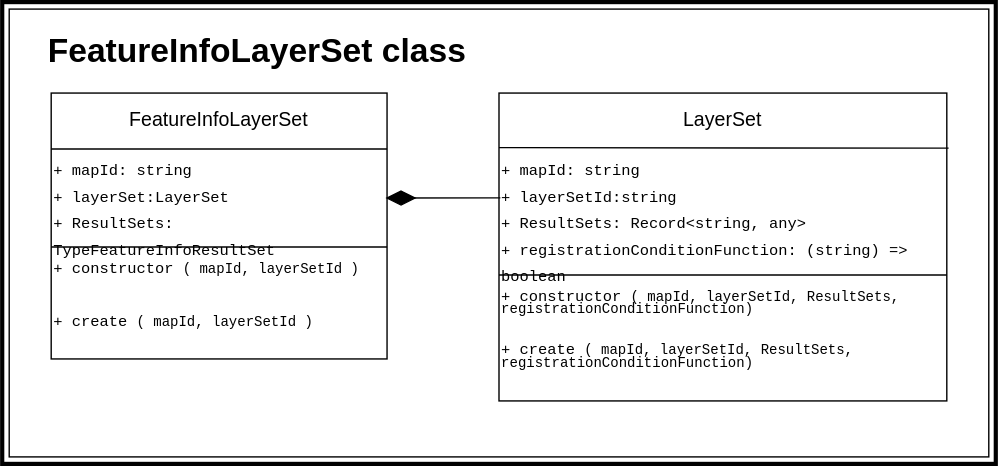
Before: docs/app/event/FeatureInfoLayerSet/draw.io/FeatureInfo-class.drawio.svg, a diagram exported from draw.io (Canadian-Geospatial-Platform/geoview). Source tidied: cells renumbered, new cells last; positions are measured from the earlier drawing's top-left corner, leaving out a move shared by most shapes. The source it was exported from:
```xml
<mxGraphModel background="#ffffff">
  <root>
    <mxCell id="0" />
    <mxCell id="1" parent="0" />
    <mxCell id="2" style="rounded=0;whiteSpace=wrap;html=1;fillColor=none;strokeColor=#000000;strokeWidth=3;" parent="1" vertex="1">
      <mxGeometry width="710" height="330" as="geometry" />
    </mxCell>
    <mxCell id="3" style="rounded=0;whiteSpace=wrap;html=1;fillColor=none;strokeColor=#000000;" parent="1" vertex="1">
      <mxGeometry x="5" y="5" width="700" height="320" as="geometry" />
    </mxCell>
    <mxCell id="4" value="&lt;p style=&quot;margin-bottom: 0cm; line-height: 1.2px;&quot; align=&quot;center&quot; class=&quot;MsoNormal&quot;&gt;&lt;span style=&quot;font-size: 14px;&quot;&gt;FeatureInfoLayerSet&lt;/span&gt;&lt;/p&gt;" style="rounded=0;whiteSpace=wrap;html=1;labelBackgroundColor=none;fillColor=none;fontColor=#000000;verticalAlign=top;strokeColor=#000000;" parent="1" vertex="1">
      <mxGeometry x="35" y="65" width="240" height="190" as="geometry" />
    </mxCell>
    <mxCell id="5" value="&lt;div style=&quot;font-family: Consolas, &amp;quot;Courier New&amp;quot;, monospace; line-height: 19px; font-size: 10px;&quot;&gt;&lt;font style=&quot;font-size: 10px;&quot;&gt;&lt;span style=&quot;font-size: 11px;&quot;&gt;+ constructor&amp;nbsp;&lt;/span&gt;&lt;font style=&quot;font-size: 10px;&quot;&gt;&lt;span style=&quot;background-color: initial;&quot;&gt;(&lt;/span&gt;&lt;span style=&quot;background-color: initial;&quot;&gt;mapId,&amp;nbsp;&lt;/span&gt;&lt;span style=&quot;background-color: initial;&quot;&gt;layerSetId&lt;/span&gt;&lt;/font&gt;&lt;/font&gt;&lt;span style=&quot;background-color: initial;&quot;&gt;)&lt;/span&gt;&lt;/div&gt;&lt;div style=&quot;font-family: Consolas, &amp;quot;Courier New&amp;quot;, monospace; line-height: 19px; font-size: 10px;&quot;&gt;&lt;font style=&quot;font-size: 10px;&quot;&gt;&lt;br&gt;&lt;/font&gt;&lt;/div&gt;&lt;div style=&quot;font-family: Consolas, &amp;quot;Courier New&amp;quot;, monospace; line-height: 19px; font-size: 10px;&quot;&gt;&lt;font style=&quot;font-size: 10px;&quot;&gt;&lt;span style=&quot;font-size: 11px;&quot;&gt;+ create&lt;/span&gt;&lt;span style=&quot;font-size: 11px; background-color: initial;&quot;&gt;&amp;nbsp;&lt;/span&gt;&lt;font style=&quot;font-size: 10px;&quot;&gt;&lt;span style=&quot;background-color: initial;&quot;&gt;(&lt;/span&gt;&lt;span style=&quot;background-color: initial;&quot;&gt;mapId,&amp;nbsp;&lt;/span&gt;&lt;span style=&quot;background-color: initial;&quot;&gt;layerSetId&lt;/span&gt;&lt;/font&gt;&lt;/font&gt;&lt;span style=&quot;background-color: initial;&quot;&gt;)&lt;/span&gt;&lt;/div&gt;" style="rounded=0;whiteSpace=wrap;html=1;labelBackgroundColor=none;fillColor=none;fontColor=#000000;strokeColor=none;verticalAlign=top;align=left;" parent="1" vertex="1">
      <mxGeometry x="35" y="175" width="240" height="70" as="geometry" />
    </mxCell>
    <mxCell id="6" value="&lt;h1&gt;&lt;font&gt;FeatureInfoLayerSet class&lt;/font&gt;&lt;/h1&gt;" style="text;html=1;spacing=5;spacingTop=-20;whiteSpace=wrap;overflow=hidden;rounded=0;labelBackgroundColor=none;fillColor=none;fontColor=#000000;strokeColor=none;labelBorderColor=none;spacingLeft=-7;" parent="1" vertex="1">
      <mxGeometry x="35" y="15" width="320" height="40" as="geometry" />
    </mxCell>
    <mxCell id="7" style="endArrow=none;html=1;strokeColor=#000000;entryX=1;entryY=1;entryDx=0;entryDy=0;exitX=0;exitY=0;exitDx=0;exitDy=0;" parent="1" edge="1" source="5" target="9">
      <mxGeometry relative="1" as="geometry" />
    </mxCell>
    <mxCell id="8" style="endArrow=none;html=1;strokeColor=#000000;exitX=0;exitY=0;exitDx=0;exitDy=0;entryX=1;entryY=0;entryDx=0;entryDy=0;" parent="1" edge="1" source="9" target="9">
      <mxGeometry relative="1" as="geometry" />
    </mxCell>
    <mxCell id="9" value="&lt;div style=&quot;font-family: Consolas, &amp;quot;Courier New&amp;quot;, monospace; line-height: 19px; font-size: 11px;&quot;&gt;&lt;font style=&quot;font-size: 11px;&quot;&gt;+ mapId: string&lt;/font&gt;&lt;/div&gt;&lt;div style=&quot;font-family: Consolas, &amp;quot;Courier New&amp;quot;, monospace; line-height: 19px; font-size: 11px;&quot;&gt;&lt;font style=&quot;font-size: 11px;&quot;&gt;+&amp;nbsp;layerSet:LayerSet&lt;/font&gt;&lt;/div&gt;&lt;div style=&quot;font-family: Consolas, &amp;quot;Courier New&amp;quot;, monospace; line-height: 19px; font-size: 11px;&quot;&gt;&lt;font style=&quot;font-size: 11px;&quot;&gt;+ ResultSets: TypeFeatureInfoResultSet&lt;/font&gt;&lt;/div&gt;" style="rounded=0;whiteSpace=wrap;html=1;labelBackgroundColor=none;fillColor=none;fontColor=#000000;strokeColor=none;verticalAlign=top;align=left;" parent="1" vertex="1">
      <mxGeometry x="35" y="105" width="240" height="70" as="geometry" />
    </mxCell>
    <mxCell id="10" value="&lt;p style=&quot;margin-bottom: 0cm; line-height: 1.2px;&quot; align=&quot;center&quot; class=&quot;MsoNormal&quot;&gt;&lt;font style=&quot;font-size: 14px;&quot;&gt;LayerSet&lt;/font&gt;&lt;/p&gt;" style="rounded=0;whiteSpace=wrap;html=1;labelBackgroundColor=none;fillColor=none;fontColor=#000000;verticalAlign=top;strokeColor=#000000;" parent="1" vertex="1">
      <mxGeometry x="355" y="65" width="320" height="220" as="geometry" />
    </mxCell>
    <mxCell id="11" value="&lt;div style=&quot;font-family: Consolas, &amp;quot;Courier New&amp;quot;, monospace; line-height: 19px; font-size: 11px;&quot;&gt;&lt;font style=&quot;font-size: 11px;&quot;&gt;+ mapId: string&lt;/font&gt;&lt;/div&gt;&lt;div style=&quot;font-family: Consolas, &amp;quot;Courier New&amp;quot;, monospace; line-height: 19px; font-size: 11px;&quot;&gt;&lt;font style=&quot;font-size: 11px;&quot;&gt;+&amp;nbsp;layerSetId:string&lt;/font&gt;&lt;/div&gt;&lt;div style=&quot;font-family: Consolas, &amp;quot;Courier New&amp;quot;, monospace; line-height: 19px; font-size: 11px;&quot;&gt;&lt;font style=&quot;font-size: 11px;&quot;&gt;+ ResultSets: Record&amp;lt;string, any&amp;gt;&lt;/font&gt;&lt;/div&gt;&lt;div style=&quot;font-family: Consolas, &amp;quot;Courier New&amp;quot;, monospace; line-height: 19px; font-size: 11px;&quot;&gt;&lt;font style=&quot;font-size: 11px;&quot;&gt;+&amp;nbsp;registrationConditionFunction: (string) =&amp;gt; boolean&lt;/font&gt;&lt;/div&gt;" style="rounded=0;whiteSpace=wrap;html=1;labelBackgroundColor=none;fillColor=none;fontColor=#000000;strokeColor=none;verticalAlign=top;align=left;" parent="1" vertex="1">
      <mxGeometry x="355" y="105" width="320" height="90" as="geometry" />
    </mxCell>
    <mxCell id="12" value="&lt;div style=&quot;font-family: Consolas, &amp;quot;Courier New&amp;quot;, monospace; line-height: 19px; font-size: 10px;&quot;&gt;&lt;font style=&quot;font-size: 10px;&quot;&gt;&lt;span style=&quot;font-size: 11px;&quot;&gt;+ constructor&amp;nbsp;&lt;/span&gt;&lt;font style=&quot;font-size: 10px;&quot;&gt;&lt;span style=&quot;background-color: initial;&quot;&gt;(&lt;/span&gt;&lt;span style=&quot;background-color: initial;&quot;&gt;mapId,&amp;nbsp;&lt;/span&gt;&lt;span style=&quot;background-color: initial;&quot;&gt;layerSetId,&amp;nbsp;&lt;/span&gt;&lt;span style=&quot;background-color: initial;&quot;&gt;ResultSets,&lt;/span&gt;&lt;/font&gt;&lt;/font&gt;&lt;/div&gt;&lt;div style=&quot;font-family: Consolas, &amp;quot;Courier New&amp;quot;, monospace; line-height: 0%; font-size: 10px;&quot;&gt;&lt;span style=&quot;background-color: initial;&quot;&gt;&lt;font style=&quot;font-size: 10px;&quot;&gt;&amp;nbsp; &amp;nbsp; &amp;nbsp; &amp;nbsp; &amp;nbsp; &amp;nbsp; &amp;nbsp; &amp;nbsp; registrationConditionFunction)&lt;/font&gt;&lt;/span&gt;&lt;/div&gt;&lt;div style=&quot;font-family: Consolas, &amp;quot;Courier New&amp;quot;, monospace; line-height: 19px; font-size: 10px;&quot;&gt;&lt;font style=&quot;font-size: 10px;&quot;&gt;&lt;br&gt;&lt;/font&gt;&lt;/div&gt;&lt;div style=&quot;font-family: Consolas, &amp;quot;Courier New&amp;quot;, monospace; line-height: 19px; font-size: 10px;&quot;&gt;&lt;font style=&quot;font-size: 10px;&quot;&gt;&lt;span style=&quot;font-size: 11px;&quot;&gt;+ create&lt;/span&gt;&lt;span style=&quot;font-size: 11px; background-color: initial;&quot;&gt;&amp;nbsp;&lt;/span&gt;&lt;font style=&quot;font-size: 10px;&quot;&gt;&lt;span style=&quot;background-color: initial;&quot;&gt;(&lt;/span&gt;&lt;span style=&quot;background-color: initial;&quot;&gt;mapId,&amp;nbsp;&lt;/span&gt;&lt;span style=&quot;background-color: initial;&quot;&gt;layerSetId,&amp;nbsp;&lt;/span&gt;&lt;span style=&quot;background-color: initial;&quot;&gt;ResultSets,&lt;/span&gt;&lt;br&gt;&lt;/font&gt;&lt;/font&gt;&lt;/div&gt;&lt;div style=&quot;font-family: Consolas, &amp;quot;Courier New&amp;quot;, monospace; line-height: 0px; font-size: 10px;&quot;&gt;&lt;span style=&quot;background-color: initial;&quot;&gt;&lt;font style=&quot;font-size: 10px;&quot;&gt;&amp;nbsp; &amp;nbsp; &amp;nbsp; &amp;nbsp; &amp;nbsp; &amp;nbsp;registrationConditionFunction)&lt;/font&gt;&lt;/span&gt;&lt;/div&gt;" style="rounded=0;whiteSpace=wrap;html=1;labelBackgroundColor=none;fillColor=none;fontColor=#000000;strokeColor=none;verticalAlign=top;align=left;" parent="1" vertex="1">
      <mxGeometry x="355" y="195" width="320" height="90" as="geometry" />
    </mxCell>
    <mxCell id="13" style="endArrow=none;html=1;strokeColor=#000000;entryX=1.004;entryY=0.179;entryDx=0;entryDy=0;entryPerimeter=0;" parent="1" edge="1" target="10">
      <mxGeometry relative="1" as="geometry">
        <mxPoint x="355" y="104" as="sourcePoint" />
      </mxGeometry>
    </mxCell>
    <mxCell id="14" style="endArrow=none;html=1;strokeColor=#000000;entryX=1;entryY=1;entryDx=0;entryDy=0;" parent="1" edge="1" target="11">
      <mxGeometry relative="1" as="geometry">
        <mxPoint x="355" y="195" as="sourcePoint" />
      </mxGeometry>
    </mxCell>
    <mxCell id="15" style="rhombus;whiteSpace=wrap;html=1;fillColor=#000000;strokeColor=#000000;fillStyle=solid;" parent="1" vertex="1">
      <mxGeometry x="275" y="135" width="20" height="10" as="geometry" />
    </mxCell>
    <mxCell id="16" style="endArrow=none;html=1;entryX=0.003;entryY=0.388;entryDx=0;entryDy=0;entryPerimeter=0;strokeColor=#000000;" parent="1" edge="1" target="11">
      <mxGeometry relative="1" as="geometry">
        <mxPoint x="275" y="140" as="sourcePoint" />
      </mxGeometry>
    </mxCell>
  </root>
</mxGraphModel>
```
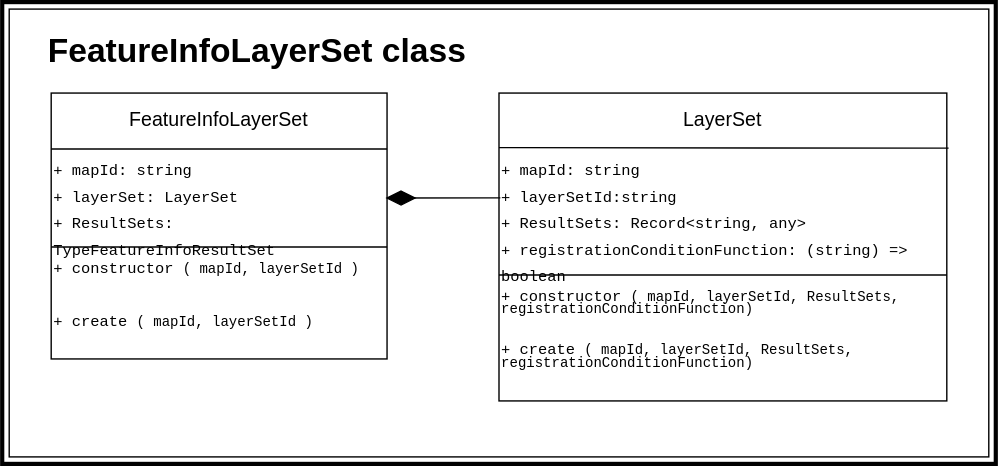
Above is the later version.

The edit, as a diff of the source:
```diff
@@ -23,7 +23,7 @@
     <mxCell id="8" style="endArrow=none;html=1;strokeColor=#000000;exitX=0;exitY=0;exitDx=0;exitDy=0;entryX=1;entryY=0;entryDx=0;entryDy=0;" parent="1" edge="1" source="9" target="9">
       <mxGeometry relative="1" as="geometry" />
     </mxCell>
-    <mxCell id="9" value="&lt;div style=&quot;font-family: Consolas, &amp;quot;Courier New&amp;quot;, monospace; line-height: 19px; font-size: 11px;&quot;&gt;&lt;font style=&quot;font-size: 11px;&quot;&gt;+ mapId: string&lt;/font&gt;&lt;/div&gt;&lt;div style=&quot;font-family: Consolas, &amp;quot;Courier New&amp;quot;, monospace; line-height: 19px; font-size: 11px;&quot;&gt;&lt;font style=&quot;font-size: 11px;&quot;&gt;+&amp;nbsp;layerSet:LayerSet&lt;/font&gt;&lt;/div&gt;&lt;div style=&quot;font-family: Consolas, &amp;quot;Courier New&amp;quot;, monospace; line-height: 19px; font-size: 11px;&quot;&gt;&lt;font style=&quot;font-size: 11px;&quot;&gt;+ ResultSets: TypeFeatureInfoResultSet&lt;/font&gt;&lt;/div&gt;" style="rounded=0;whiteSpace=wrap;html=1;labelBackgroundColor=none;fillColor=none;fontColor=#000000;strokeColor=none;verticalAlign=top;align=left;" parent="1" vertex="1">
+    <mxCell id="9" value="&lt;div style=&quot;font-family: Consolas, &amp;quot;Courier New&amp;quot;, monospace; line-height: 19px; font-size: 11px;&quot;&gt;&lt;font style=&quot;font-size: 11px;&quot;&gt;+ mapId: string&lt;/font&gt;&lt;/div&gt;&lt;div style=&quot;font-family: Consolas, &amp;quot;Courier New&amp;quot;, monospace; line-height: 19px; font-size: 11px;&quot;&gt;&lt;font style=&quot;font-size: 11px;&quot;&gt;+&amp;nbsp;layerSet: LayerSet&lt;/font&gt;&lt;/div&gt;&lt;div style=&quot;font-family: Consolas, &amp;quot;Courier New&amp;quot;, monospace; line-height: 19px; font-size: 11px;&quot;&gt;&lt;font style=&quot;font-size: 11px;&quot;&gt;+ ResultSets: TypeFeatureInfoResultSet&lt;/font&gt;&lt;/div&gt;" style="rounded=0;whiteSpace=wrap;html=1;labelBackgroundColor=none;fillColor=none;fontColor=#000000;strokeColor=none;verticalAlign=top;align=left;" parent="1" vertex="1">
       <mxGeometry x="35" y="105" width="240" height="70" as="geometry" />
     </mxCell>
     <mxCell id="10" value="&lt;p style=&quot;margin-bottom: 0cm; line-height: 1.2px;&quot; align=&quot;center&quot; class=&quot;MsoNormal&quot;&gt;&lt;font style=&quot;font-size: 14px;&quot;&gt;LayerSet&lt;/font&gt;&lt;/p&gt;" style="rounded=0;whiteSpace=wrap;html=1;labelBackgroundColor=none;fillColor=none;fontColor=#000000;verticalAlign=top;strokeColor=#000000;" parent="1" vertex="1">
```
